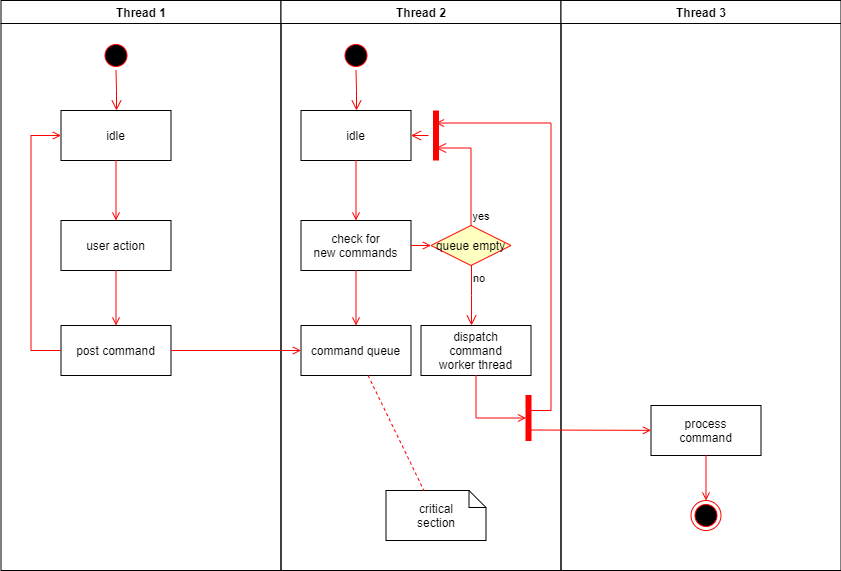
Earlier version of the draw.io export 车核心规则引擎.png (damingqicai/arthas). Source tidied: cells renumbered, new cells last; positions are measured from the earlier drawing's top-left corner, leaving out a move shared by most shapes. Its diagram source:
```xml
<mxGraphModel background="#ffffff">
  <root>
    <mxCell id="0" />
    <mxCell id="1" parent="0" />
    <mxCell id="2" value="Thread 1" style="swimlane;whiteSpace=wrap;" parent="1" vertex="1">
      <mxGeometry x="0.5" width="280" height="570" as="geometry" />
    </mxCell>
    <mxCell id="3" style="ellipse;shape=startState;fillColor=#000000;strokeColor=#ff0000;" parent="2" vertex="1">
      <mxGeometry x="100" y="40" width="30" height="30" as="geometry" />
    </mxCell>
    <mxCell id="4" style="edgeStyle=elbowEdgeStyle;elbow=horizontal;verticalAlign=bottom;endArrow=open;endSize=8;strokeColor=#FF0000;endFill=1;rounded=0;" parent="2" edge="1" source="3" target="5">
      <mxGeometry x="100" y="40" as="geometry" />
    </mxCell>
    <mxCell id="5" value="idle" parent="2" vertex="1">
      <mxGeometry x="60" y="110" width="110" height="50" as="geometry" />
    </mxCell>
    <mxCell id="6" value="user action" parent="2" vertex="1">
      <mxGeometry x="60" y="220" width="110" height="50" as="geometry" />
    </mxCell>
    <mxCell id="7" style="endArrow=open;strokeColor=#FF0000;endFill=1;rounded=0;" parent="2" edge="1" source="5" target="6">
      <mxGeometry relative="1" as="geometry" />
    </mxCell>
    <mxCell id="8" value="post command" parent="2" vertex="1">
      <mxGeometry x="60" y="325" width="110" height="50" as="geometry" />
    </mxCell>
    <mxCell id="9" style="endArrow=open;strokeColor=#FF0000;endFill=1;rounded=0;" parent="2" edge="1" source="6" target="8">
      <mxGeometry relative="1" as="geometry" />
    </mxCell>
    <mxCell id="10" style="edgeStyle=elbowEdgeStyle;elbow=horizontal;strokeColor=#FF0000;endArrow=open;endFill=1;rounded=0;" parent="2" edge="1" source="8" target="5">
      <mxGeometry relative="1" as="geometry">
        <Array as="points">
          <mxPoint x="30" y="250" />
        </Array>
      </mxGeometry>
    </mxCell>
    <mxCell id="11" value="Thread 2" style="swimlane;whiteSpace=wrap;" parent="1" vertex="1">
      <mxGeometry x="280.5" width="280" height="570" as="geometry" />
    </mxCell>
    <mxCell id="12" style="ellipse;shape=startState;fillColor=#000000;strokeColor=#ff0000;" parent="11" vertex="1">
      <mxGeometry x="60" y="40" width="30" height="30" as="geometry" />
    </mxCell>
    <mxCell id="13" style="edgeStyle=elbowEdgeStyle;elbow=horizontal;verticalAlign=bottom;endArrow=open;endSize=8;strokeColor=#FF0000;endFill=1;rounded=0;" parent="11" edge="1" source="12" target="14">
      <mxGeometry x="40" y="20" as="geometry" />
    </mxCell>
    <mxCell id="14" value="idle" parent="11" vertex="1">
      <mxGeometry x="20" y="110" width="110" height="50" as="geometry" />
    </mxCell>
    <mxCell id="15" value="check for &#10;new commands" parent="11" vertex="1">
      <mxGeometry x="20" y="220" width="110" height="50" as="geometry" />
    </mxCell>
    <mxCell id="16" style="endArrow=open;strokeColor=#FF0000;endFill=1;rounded=0;" parent="11" edge="1" source="14" target="15">
      <mxGeometry relative="1" as="geometry" />
    </mxCell>
    <mxCell id="17" value="command queue" parent="11" vertex="1">
      <mxGeometry x="20" y="325" width="110" height="50" as="geometry" />
    </mxCell>
    <mxCell id="18" style="endArrow=open;strokeColor=#FF0000;endFill=1;rounded=0;" parent="11" edge="1" source="15" target="17">
      <mxGeometry relative="1" as="geometry" />
    </mxCell>
    <mxCell id="19" value="queue empty" style="rhombus;fillColor=#ffffc0;strokeColor=#ff0000;" parent="11" vertex="1">
      <mxGeometry x="150" y="225" width="80" height="40" as="geometry" />
    </mxCell>
    <mxCell id="20" value="yes" style="edgeStyle=elbowEdgeStyle;elbow=horizontal;align=left;verticalAlign=bottom;endArrow=open;endSize=8;strokeColor=#FF0000;exitX=0.5;exitY=0;endFill=1;rounded=0;entryX=0.75;entryY=0.5;entryPerimeter=0;" parent="11" edge="1" source="19" target="23">
      <mxGeometry x="-1" relative="1" as="geometry">
        <Array as="points">
          <mxPoint x="190" y="180" />
        </Array>
      </mxGeometry>
    </mxCell>
    <mxCell id="21" value="no" style="edgeStyle=elbowEdgeStyle;elbow=horizontal;align=left;verticalAlign=top;endArrow=open;endSize=8;strokeColor=#FF0000;endFill=1;rounded=0;" parent="11" edge="1" source="19" target="25">
      <mxGeometry x="-1" relative="1" as="geometry" />
    </mxCell>
    <mxCell id="22" style="endArrow=open;strokeColor=#FF0000;endFill=1;rounded=0;" parent="11" edge="1" source="15" target="19">
      <mxGeometry relative="1" as="geometry" />
    </mxCell>
    <mxCell id="23" style="shape=line;strokeWidth=6;strokeColor=#ff0000;rotation=90;" parent="11" vertex="1">
      <mxGeometry x="130" y="127.5" width="50" height="15" as="geometry" />
    </mxCell>
    <mxCell id="24" style="edgeStyle=elbowEdgeStyle;elbow=horizontal;verticalAlign=bottom;endArrow=open;endSize=8;strokeColor=#FF0000;endFill=1;rounded=0;" parent="11" edge="1" source="23" target="14">
      <mxGeometry x="130" y="90" as="geometry" />
    </mxCell>
    <mxCell id="25" value="dispatch&#10;command&#10;worker thread" parent="11" vertex="1">
      <mxGeometry x="140" y="325" width="110" height="50" as="geometry" />
    </mxCell>
    <mxCell id="26" value="critical&#10;section" style="shape=note;whiteSpace=wrap;size=17;" parent="11" vertex="1">
      <mxGeometry x="105" y="490" width="100" height="50" as="geometry" />
    </mxCell>
    <mxCell id="27" style="endArrow=none;strokeColor=#FF0000;endFill=0;rounded=0;dashed=1;" parent="11" edge="1" source="17" target="26">
      <mxGeometry relative="1" as="geometry" />
    </mxCell>
    <mxCell id="28" style="whiteSpace=wrap;strokeColor=#FF0000;fillColor=#FF0000;" parent="11" vertex="1">
      <mxGeometry x="245" y="395" width="5" height="45" as="geometry" />
    </mxCell>
    <mxCell id="29" style="edgeStyle=elbowEdgeStyle;elbow=horizontal;entryX=0;entryY=0.5;strokeColor=#FF0000;endArrow=open;endFill=1;rounded=0;" parent="11" edge="1" source="25" target="28">
      <mxGeometry relative="1" as="geometry">
        <Array as="points">
          <mxPoint x="195" y="400" />
        </Array>
      </mxGeometry>
    </mxCell>
    <mxCell id="30" value="Thread 3" style="swimlane;whiteSpace=wrap;" parent="1" vertex="1">
      <mxGeometry x="560.5" width="280" height="570" as="geometry" />
    </mxCell>
    <mxCell id="31" value="process&#10;command" parent="30" vertex="1">
      <mxGeometry x="90" y="405" width="110" height="50" as="geometry" />
    </mxCell>
    <mxCell id="32" style="edgeStyle=elbowEdgeStyle;elbow=horizontal;strokeColor=#FF0000;endArrow=open;endFill=1;rounded=0;entryX=0.25;entryY=0.5;entryPerimeter=0;" parent="30" edge="1" target="23">
      <mxGeometry relative="1" as="geometry">
        <mxPoint x="-30" y="410" as="sourcePoint" />
        <Array as="points">
          <mxPoint x="-10" y="135" />
        </Array>
      </mxGeometry>
    </mxCell>
    <mxCell id="33" style="edgeStyle=none;strokeColor=#FF0000;endArrow=open;endFill=1;rounded=0;" parent="30" edge="1" target="31">
      <mxGeometry relative="1" as="geometry">
        <mxPoint x="-30" y="429.5" as="sourcePoint" />
      </mxGeometry>
    </mxCell>
    <mxCell id="34" style="ellipse;shape=endState;fillColor=#000000;strokeColor=#ff0000;" parent="30" vertex="1">
      <mxGeometry x="130" y="500" width="30" height="30" as="geometry" />
    </mxCell>
    <mxCell id="35" style="endArrow=open;strokeColor=#FF0000;endFill=1;rounded=0;" parent="30" edge="1" source="31" target="34">
      <mxGeometry relative="1" as="geometry" />
    </mxCell>
    <mxCell id="36" style="endArrow=open;strokeColor=#FF0000;endFill=1;rounded=0;" parent="1" edge="1" source="8" target="17">
      <mxGeometry relative="1" as="geometry" />
    </mxCell>
  </root>
</mxGraphModel>
```
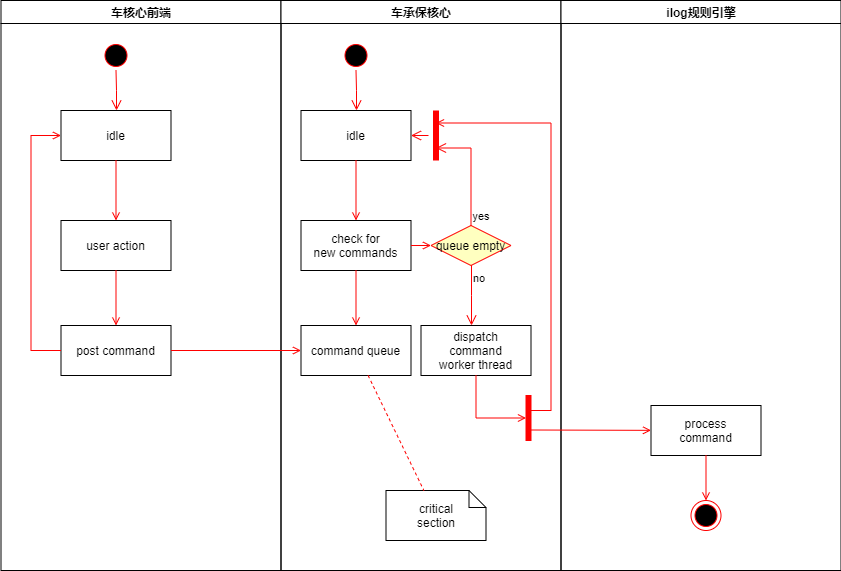
After the commit.

Commit message:
Update 车核心规则引擎.png

Change to the diagram source:
```diff
@@ -2,7 +2,7 @@
   <root>
     <mxCell id="0" />
     <mxCell id="1" parent="0" />
-    <mxCell id="2" value="Thread 1" style="swimlane;whiteSpace=wrap;" parent="1" vertex="1">
+    <mxCell id="2" value="车核心前端" style="swimlane;whiteSpace=wrap;" parent="1" vertex="1">
       <mxGeometry x="0.5" width="280" height="570" as="geometry" />
     </mxCell>
     <mxCell id="3" style="ellipse;shape=startState;fillColor=#000000;strokeColor=#ff0000;" parent="2" vertex="1">
@@ -33,7 +33,7 @@
         </Array>
       </mxGeometry>
     </mxCell>
-    <mxCell id="11" value="Thread 2" style="swimlane;whiteSpace=wrap;" parent="1" vertex="1">
+    <mxCell id="11" value="车承保核心" style="swimlane;whiteSpace=wrap;" parent="1" vertex="1">
       <mxGeometry x="280.5" width="280" height="570" as="geometry" />
     </mxCell>
     <mxCell id="12" style="ellipse;shape=startState;fillColor=#000000;strokeColor=#ff0000;" parent="11" vertex="1">
@@ -98,7 +98,7 @@
         </Array>
       </mxGeometry>
     </mxCell>
-    <mxCell id="30" value="Thread 3" style="swimlane;whiteSpace=wrap;" parent="1" vertex="1">
+    <mxCell id="30" value="ilog规则引擎" style="swimlane;whiteSpace=wrap;" parent="1" vertex="1">
       <mxGeometry x="560.5" width="280" height="570" as="geometry" />
     </mxCell>
     <mxCell id="31" value="process&#10;command" parent="30" vertex="1">
```
